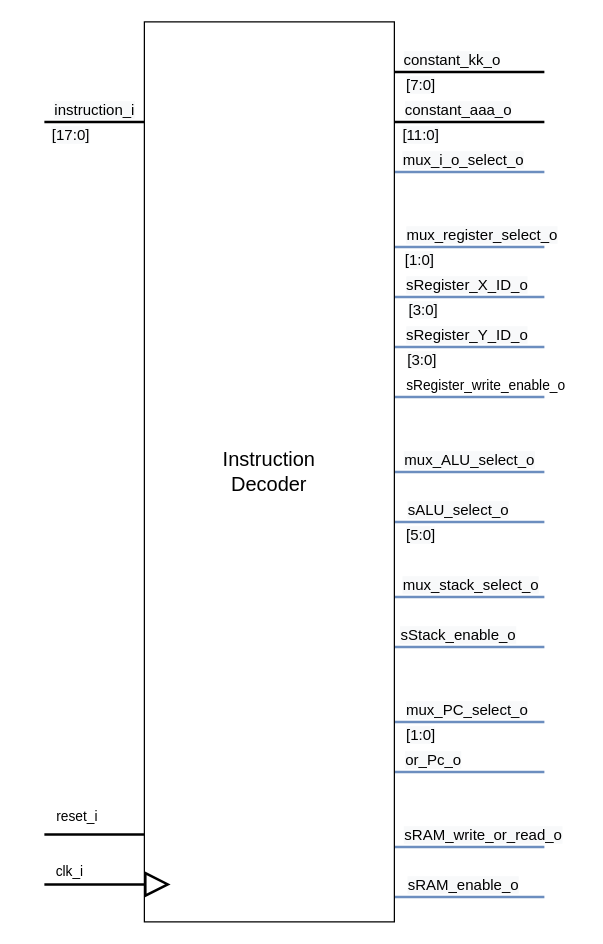
The draw.io diagram Blockbeschreibungen/ID_beschreibung.drawio in graefjk/RO2, before the edit. Source tidied: cells renumbered, new cells numbered last; positions are measured from the earlier drawing's top-left corner, leaving out a move shared by most shapes. Both pictures are drawn from the tidied source at 125%, with x=0, y=0 at pixel (44, 21).
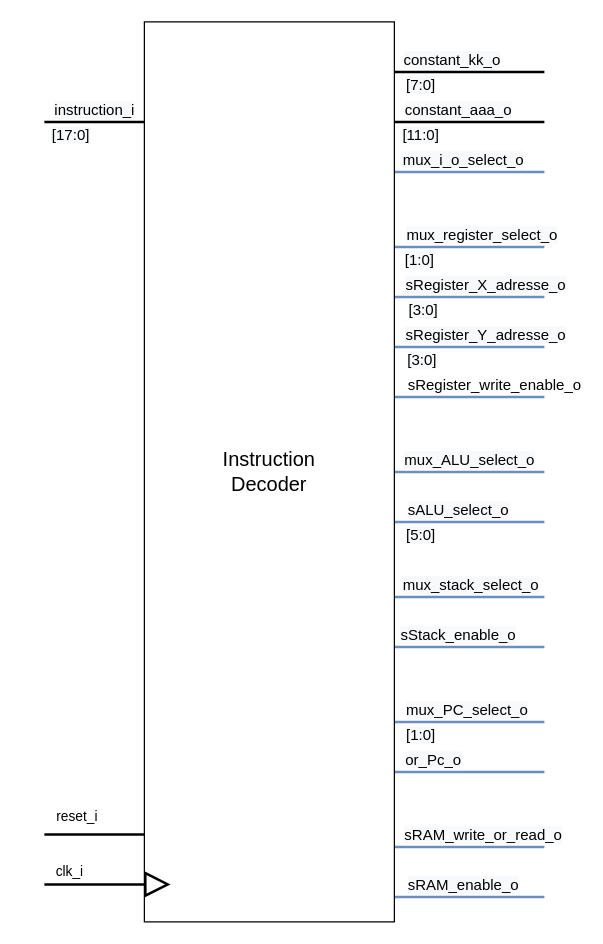
After the change.

Unchanged cells that the change refers to:
```xml
<mxCell id="15" style="edgeStyle=orthogonalEdgeStyle;rounded=0;jettySize=auto;html=1;endArrow=none;endFill=0;strokeWidth=2;fillColor=#dae8fc;strokeColor=#6c8ebf;" parent="1" edge="1" source="44">
  <mxGeometry relative="1" as="geometry">
    <mxPoint x="400" y="220" as="targetPoint" />
    <Array as="points">
      <mxPoint x="390" y="220" />
      <mxPoint x="390" y="220" />
    </Array>
  </mxGeometry>
</mxCell>
<mxCell id="18" style="edgeStyle=orthogonalEdgeStyle;rounded=0;jettySize=auto;html=1;endArrow=none;endFill=0;strokeWidth=2;fillColor=#dae8fc;strokeColor=#6c8ebf;" parent="1" edge="1" source="44">
  <mxGeometry relative="1" as="geometry">
    <mxPoint x="400" y="260" as="targetPoint" />
    <Array as="points">
      <mxPoint x="390" y="260" />
      <mxPoint x="390" y="260" />
    </Array>
  </mxGeometry>
</mxCell>
<mxCell id="42" style="edgeStyle=orthogonalEdgeStyle;rounded=0;jettySize=auto;html=1;strokeWidth=2;endArrow=none;endFill=0;fillColor=#dae8fc;strokeColor=#6c8ebf;" parent="1" edge="1" source="44">
  <mxGeometry relative="1" as="geometry">
    <mxPoint x="400" y="300" as="targetPoint" />
    <Array as="points">
      <mxPoint x="390" y="300" />
      <mxPoint x="390" y="300" />
    </Array>
  </mxGeometry>
</mxCell>
```

Diff of the diagram source:
```diff
@@
-    <mxCell id="16" value="&lt;span style=&quot;font-size: 12px ; background-color: rgb(248 , 249 , 250)&quot;&gt;sRegister_X_ID_o&lt;/span&gt;" style="edgeLabel;html=1;align=center;verticalAlign=middle;" parent="15" vertex="1">
+    <mxCell id="16" value="&lt;span style=&quot;font-size: 12px ; background-color: rgb(248 , 249 , 250)&quot;&gt;sRegister_X_adresse_o&lt;/span&gt;" style="edgeLabel;html=1;align=center;verticalAlign=middle;" parent="15" vertex="1">
       <mxGeometry x="-0.75" y="-2" relative="1" as="geometry">
-        <mxPoint x="42.6" y="-12" as="offset" />
+        <mxPoint x="57.8" y="-12" as="offset" />
       </mxGeometry>
     </mxCell>
@@
-    <mxCell id="19" value="&lt;span style=&quot;font-size: 12px ; background-color: rgb(248 , 249 , 250)&quot;&gt;sRegister_Y_ID_o&lt;/span&gt;" style="edgeLabel;html=1;align=center;verticalAlign=middle;" parent="18" vertex="1">
+    <mxCell id="19" value="&lt;span style=&quot;font-size: 12px ; background-color: rgb(248 , 249 , 250)&quot;&gt;sRegister_Y_adresse_o&lt;/span&gt;" style="edgeLabel;html=1;align=center;verticalAlign=middle;" parent="18" vertex="1">
       <mxGeometry x="-0.76" y="-1" relative="1" as="geometry">
-        <mxPoint x="43.7" y="-11" as="offset" />
+        <mxPoint x="58.5" y="-11" as="offset" />
       </mxGeometry>
     </mxCell>
@@
-    <mxCell id="43" value="sRegister_write_enable_o" style="edgeLabel;html=1;align=center;verticalAlign=middle;" parent="42" vertex="1">
+    <mxCell id="43" value="&lt;font style=&quot;font-size: 12px&quot;&gt;sRegister_write_enable_o&lt;/font&gt;" style="edgeLabel;html=1;align=center;verticalAlign=middle;" parent="42" vertex="1">
       <mxGeometry x="-0.8" y="-1" relative="1" as="geometry">
-        <mxPoint x="60.6" y="-11" as="offset" />
+        <mxPoint x="67.3" y="-11" as="offset" />
       </mxGeometry>
     </mxCell>
```
